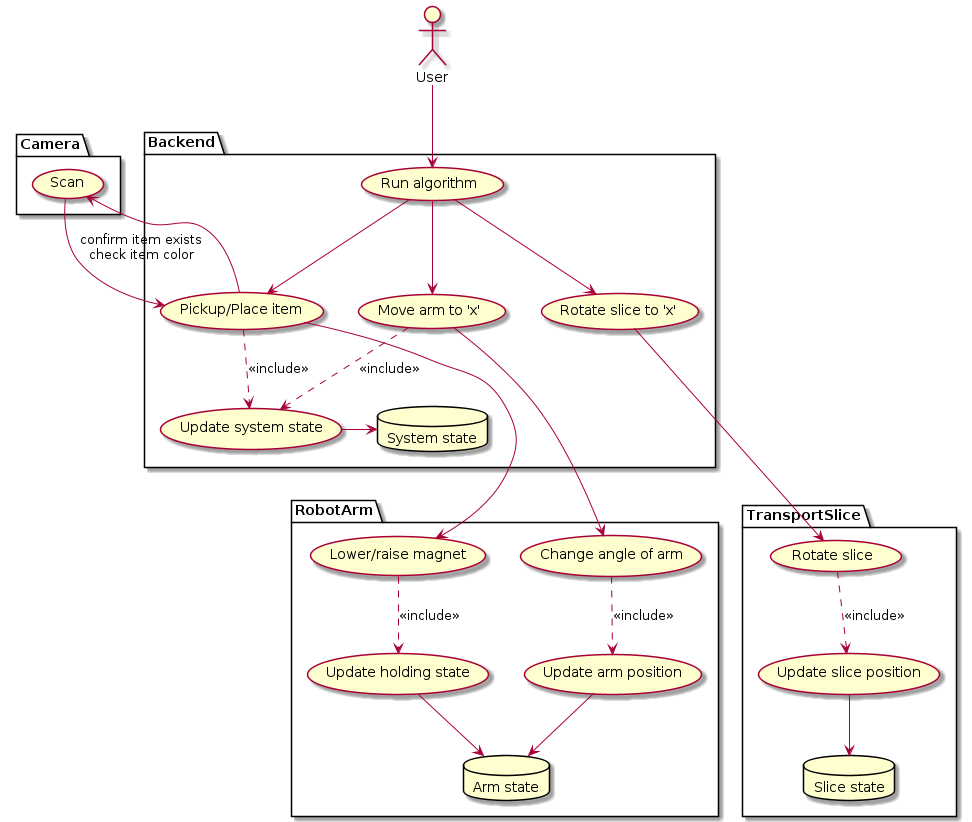
devantler/software-engineering-f22-shared keeps this PlantUML diagram as docs/diagrams/use-case-diagram-v1.png. Above is the earlier version.
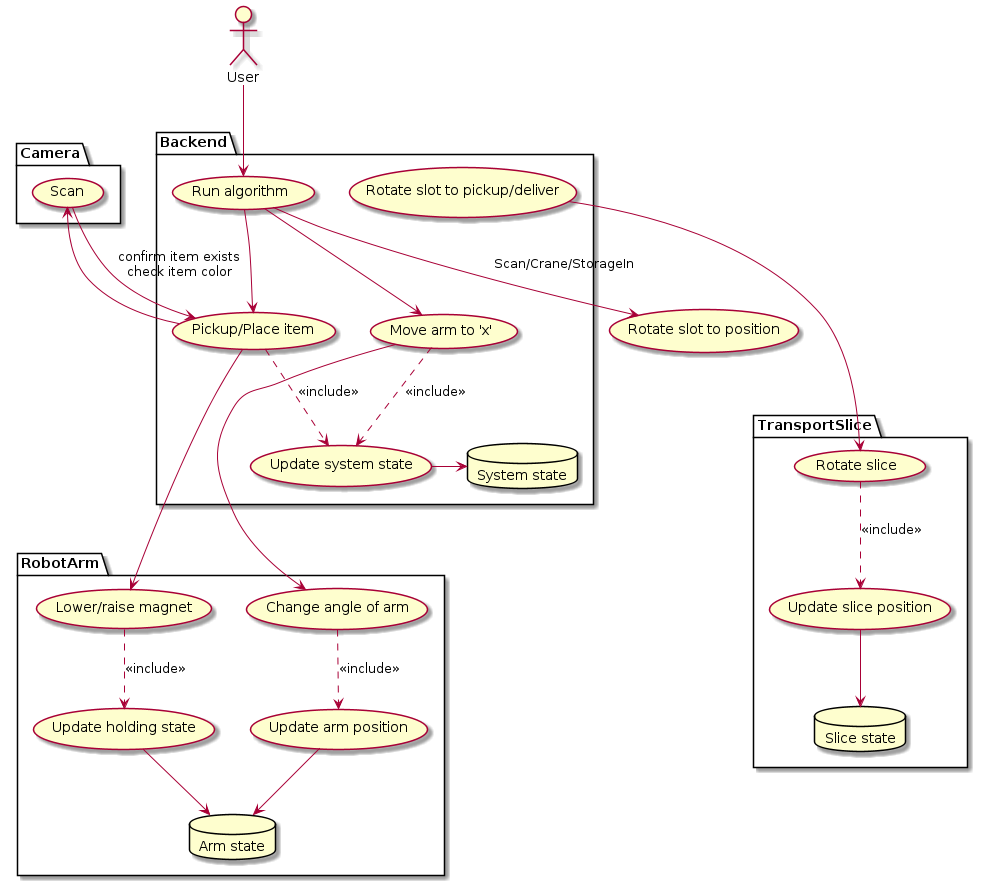
After the commit.

Commit message:
Updated diagram a last time (i think)

What changed in the source:
```diff
@@ -22,7 +22,7 @@
     (Run algorithm)
     (Update system state)
     (Move arm to 'x')
-    (Rotate slice to 'x')
+    (Rotate slot to pickup/deliver)
     (Pickup/Place item)
 }
 
@@ -33,7 +33,7 @@
 User --> (Run algorithm)
 
 (Run algorithm) --> (Move arm to 'x')
-(Run algorithm) --> (Rotate slice to 'x')
+(Run algorithm) --> (Rotate slot to position) : Scan/Crane/StorageIn
 (Run algorithm) --> (Pickup/Place item)
 
 (Move arm to 'x') ---> (Change angle of arm)
@@ -50,7 +50,7 @@
 (Update holding state) --> armState
 
 
-(Rotate slice to 'x') ---> (Rotate slice)
+(Rotate slot to pickup/deliver) ---> (Rotate slice)
 (Rotate slice) ..> (Update slice position) : <<include>>
 (Update slice position) --> sliceState
 
```
